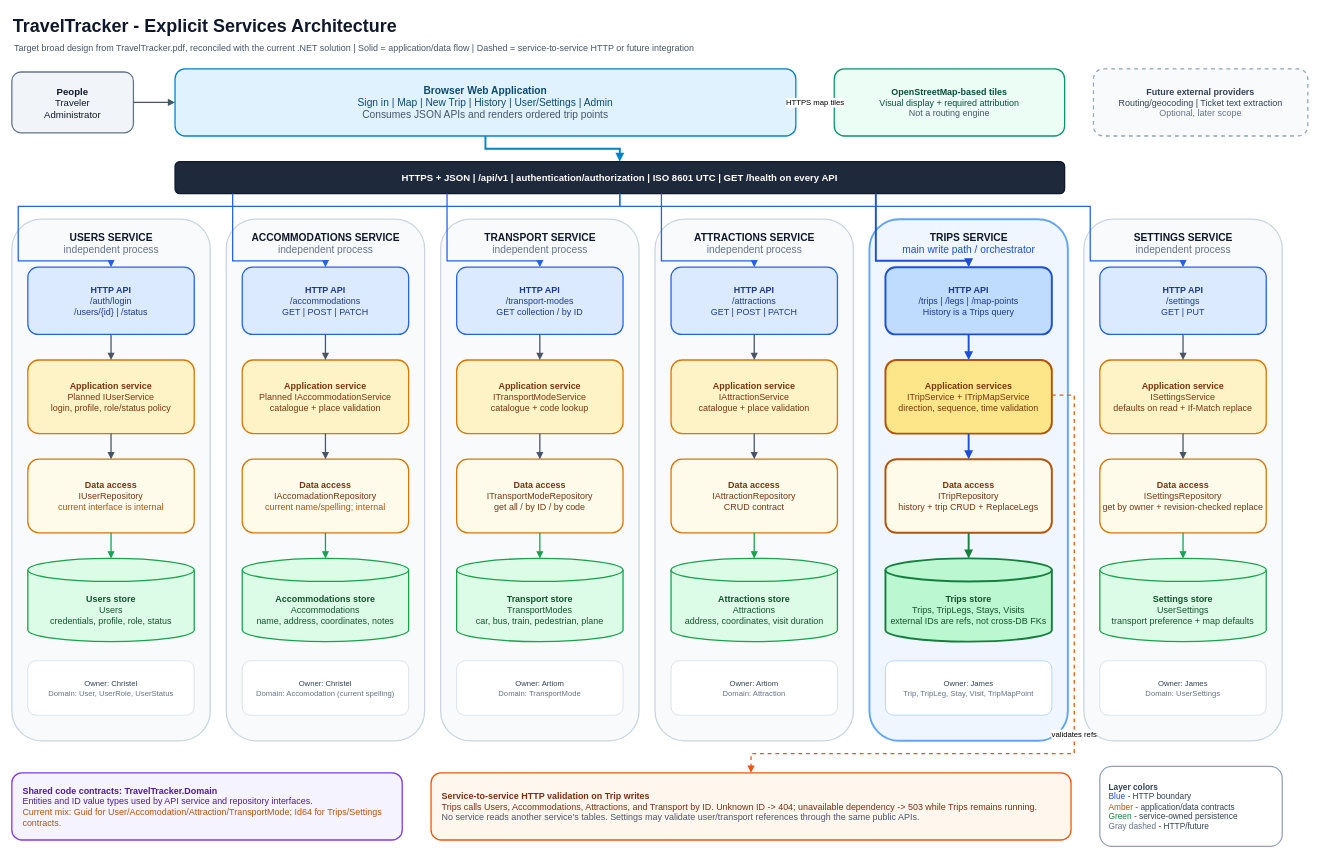
Before: page "1 - Target service architecture" (1 of 2) of docs/TravelTracker-Explicit-Services-Architecture.drawio in NewWaveOwl/TravelTracker, a draw.io diagram. Source tidied: cells renumbered, new cells numbered last; positions are measured from the earlier drawing's top-left corner, leaving out a move shared by most shapes. Both pictures are drawn from the tidied source at 64%, with x=0, y=0 at pixel (12, 11).
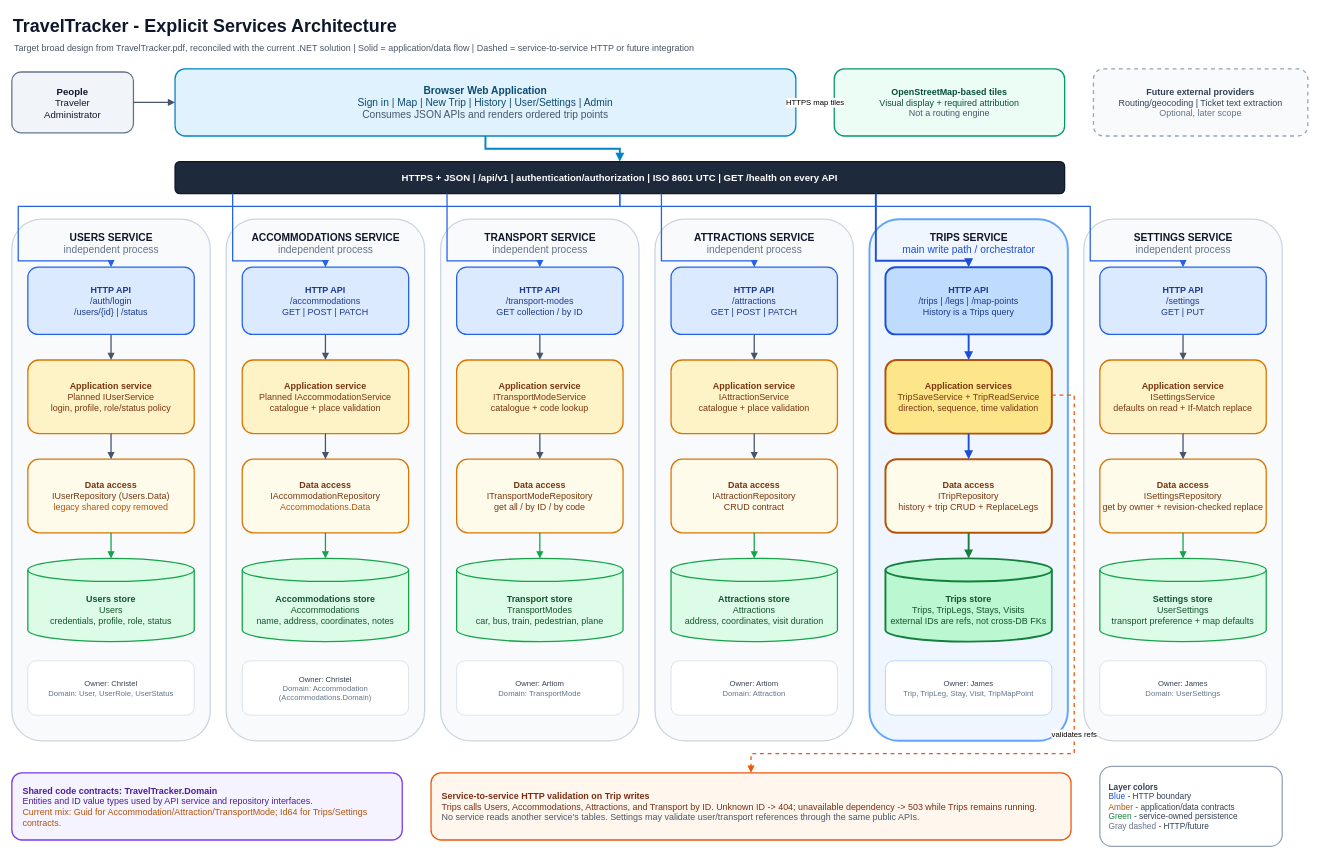
Above is the later version.

Diff of the diagram source:
```diff
@@
-    <mxCell id="21" value="&lt;b&gt;Data access&lt;/b&gt;&lt;br&gt;IUserRepository&lt;br&gt;&lt;font color=&quot;#B45309&quot;&gt;current interface is internal&lt;/font&gt;" style="rounded=1;whiteSpace=wrap;html=1;fillColor=#FFFBEB;strokeColor=#D97706;strokeWidth=2;fontSize=14;fontColor=#78350F;" parent="1" vertex="1">
+    <mxCell id="21" value="&lt;b&gt;Data access&lt;/b&gt;&lt;br&gt;IUserRepository (Users.Data)&lt;br&gt;&lt;font color=&quot;#B45309&quot;&gt;legacy shared copy removed&lt;/font&gt;" style="rounded=1;whiteSpace=wrap;html=1;fillColor=#FFFBEB;strokeColor=#D97706;strokeWidth=2;fontSize=14;fontColor=#78350F;" parent="1" vertex="1">
       <mxGeometry x="25" y="700" width="260" height="115" as="geometry" />
     </mxCell>
@@
-    <mxCell id="27" value="&lt;b&gt;Data access&lt;/b&gt;&lt;br&gt;IAccomadationRepository&lt;br&gt;&lt;font color=&quot;#B45309&quot;&gt;current name/spelling; internal&lt;/font&gt;" style="rounded=1;whiteSpace=wrap;html=1;fillColor=#FFFBEB;strokeColor=#D97706;strokeWidth=2;fontSize=14;fontColor=#78350F;" parent="1" vertex="1">
+    <mxCell id="27" value="&lt;b&gt;Data access&lt;/b&gt;&lt;br&gt;IAccommodationRepository&lt;br&gt;&lt;font color=&quot;#B45309&quot;&gt;Accommodations.Data&lt;/font&gt;" style="rounded=1;whiteSpace=wrap;html=1;fillColor=#FFFBEB;strokeColor=#D97706;strokeWidth=2;fontSize=14;fontColor=#78350F;" parent="1" vertex="1">
       <mxGeometry x="360" y="700" width="260" height="115" as="geometry" />
     </mxCell>
@@
-    <mxCell id="29" value="Owner: Christel&lt;br&gt;&lt;font color=&quot;#64748B&quot;&gt;Domain: Accomodation (current spelling)&lt;/font&gt;" style="rounded=1;whiteSpace=wrap;html=1;fillColor=#FFFFFF;strokeColor=#CBD5E1;fontSize=12;fontColor=#334155;" parent="1" vertex="1">
+    <mxCell id="29" value="Owner: Christel&lt;br&gt;&lt;font color=&quot;#64748B&quot;&gt;Domain: Accommodation (Accommodations.Domain)&lt;/font&gt;" style="rounded=1;whiteSpace=wrap;html=1;fillColor=#FFFFFF;strokeColor=#CBD5E1;fontSize=12;fontColor=#334155;" parent="1" vertex="1">
       <mxGeometry x="360" y="1015" width="260" height="85" as="geometry" />
     </mxCell>
@@
-    <mxCell id="44" value="&lt;b&gt;Application services&lt;/b&gt;&lt;br&gt;ITripService + ITripMapService&lt;br&gt;direction, sequence, time validation" style="rounded=1;whiteSpace=wrap;html=1;fillColor=#FDE68A;strokeColor=#B45309;strokeWidth=3;fontSize=14;fontColor=#78350F;" parent="1" vertex="1">
+    <mxCell id="44" value="&lt;b&gt;Application services&lt;/b&gt;&lt;br&gt;TripSaveService + TripReadService&lt;br&gt;direction, sequence, time validation" style="rounded=1;whiteSpace=wrap;html=1;fillColor=#FDE68A;strokeColor=#B45309;strokeWidth=3;fontSize=14;fontColor=#78350F;" parent="1" vertex="1">
       <mxGeometry x="1365" y="545" width="260" height="115" as="geometry" />
     </mxCell>
@@
-    <mxCell id="78" value="&lt;b&gt;Shared code contracts: TravelTracker.Domain&lt;/b&gt;&lt;br&gt;Entities and ID value types used by API service and repository interfaces.&lt;br&gt;&lt;font color=&quot;#B45309&quot;&gt;Current mix: Guid for User/Accomodation/Attraction/TransportMode; Id64 for Trips/Settings contracts.&lt;/font&gt;" style="rounded=1;whiteSpace=wrap;html=1;fillColor=#F5F3FF;strokeColor=#7C3AED;strokeWidth=2;fontSize=14;fontColor=#4C1D95;align=left;spacingLeft=15;" parent="1" vertex="1">
+    <mxCell id="78" value="&lt;b&gt;Shared code contracts: TravelTracker.Domain&lt;/b&gt;&lt;br&gt;Entities and ID value types used by API service and repository interfaces.&lt;br&gt;&lt;font color=&quot;#B45309&quot;&gt;Current mix: Guid for Accommodation/Attraction/TransportMode; Id64 for Trips/Settings contracts.&lt;/font&gt;" style="rounded=1;whiteSpace=wrap;html=1;fillColor=#F5F3FF;strokeColor=#7C3AED;strokeWidth=2;fontSize=14;fontColor=#4C1D95;align=left;spacingLeft=15;" parent="1" vertex="1">
       <mxGeometry y="1190" width="610" height="105" as="geometry" />
     </mxCell>
```
